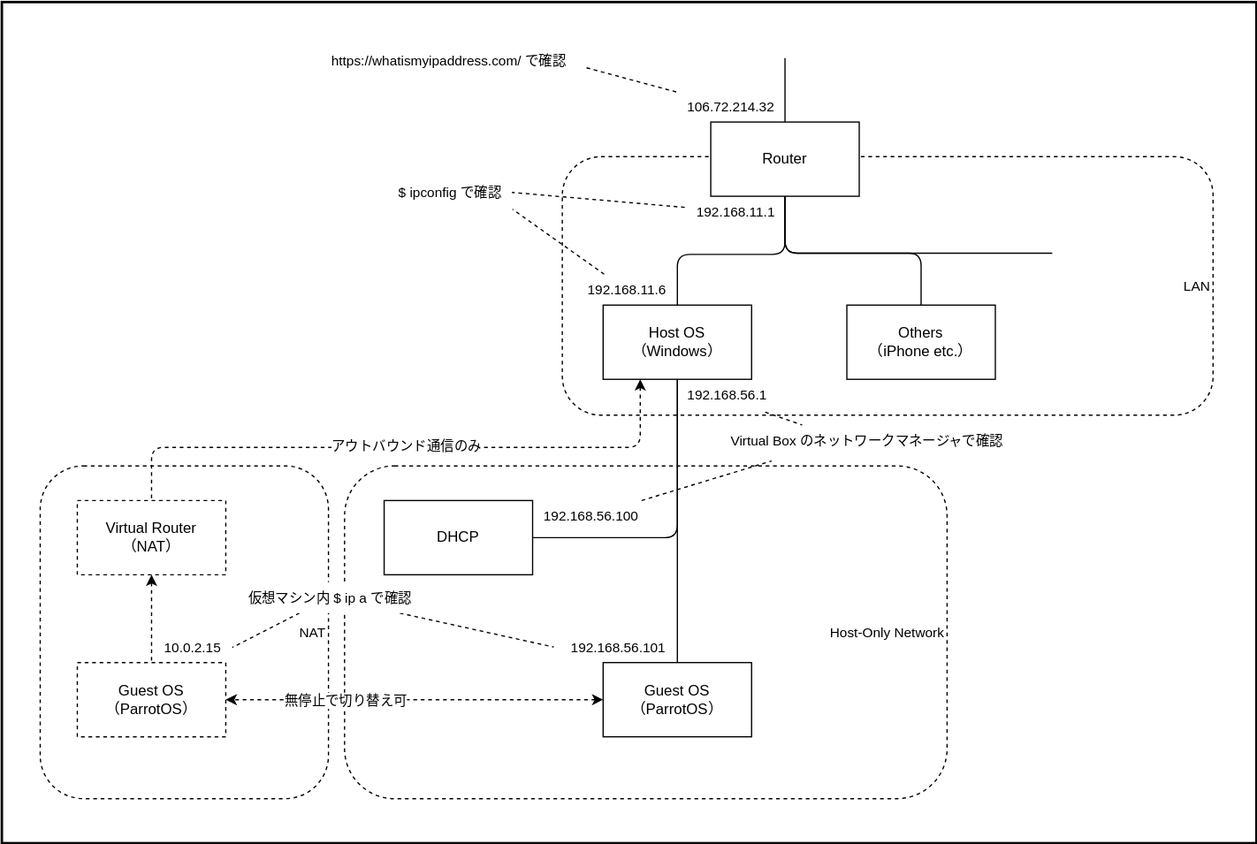
Before: diagrams/network-of-hacking-lab.drawio.svg, a diagram exported from draw.io (SOUSUKEKUROSAWA/drawio). Source tidied: cells renumbered, new cells last; positions are measured from the earlier drawing's top-left corner, leaving out a move shared by most shapes.
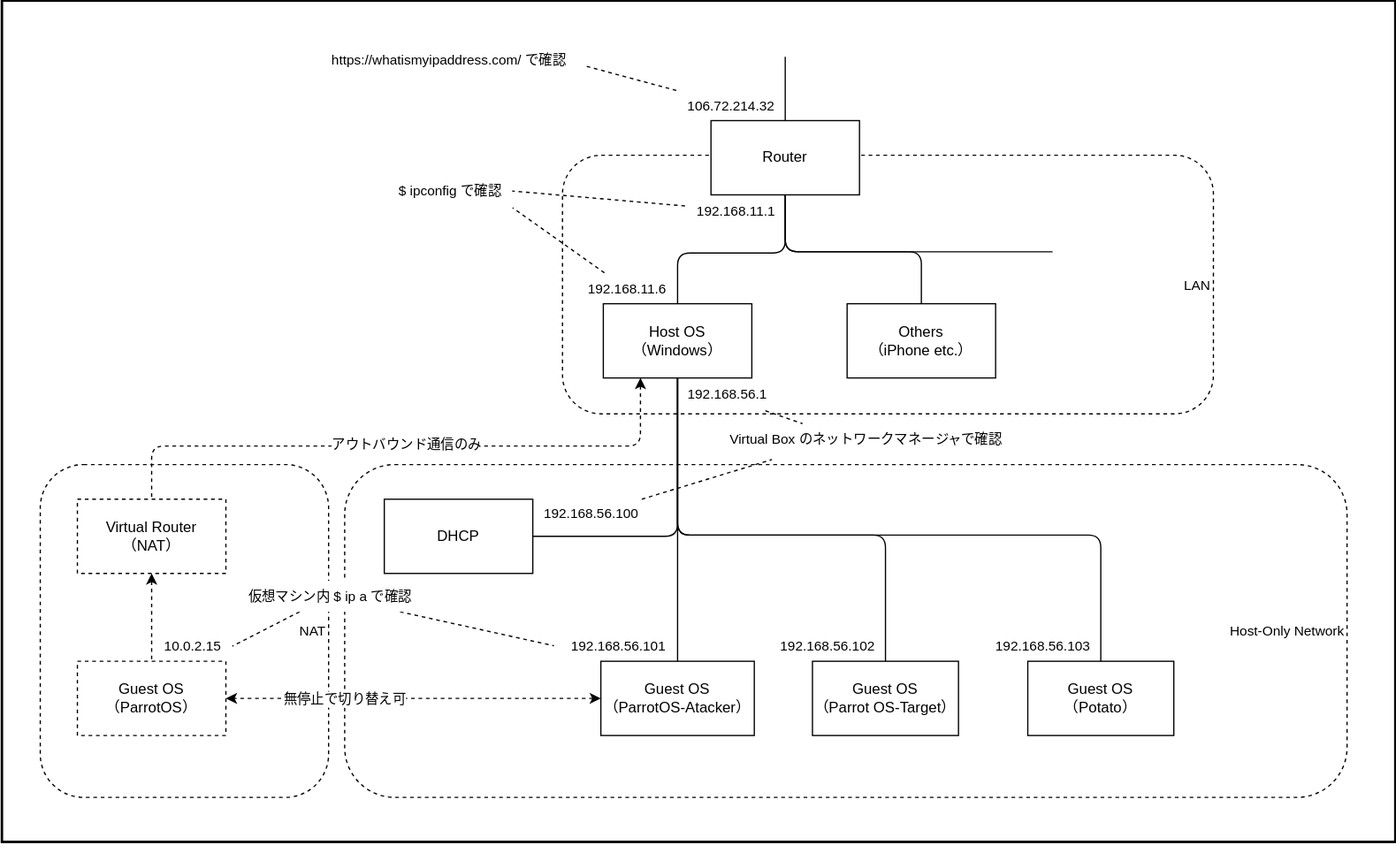
Later version of the same file.

Diff of the diagram source:
```diff
@@ -3,13 +3,13 @@
     <mxCell id="0" />
     <mxCell id="1" parent="0" />
     <mxCell id="2" style="rounded=0;whiteSpace=wrap;html=1;strokeWidth=2;" parent="1" vertex="1">
-      <mxGeometry width="1014" height="680" as="geometry" />
+      <mxGeometry width="1126" height="680" as="geometry" />
     </mxCell>
     <mxCell id="3" value="NAT&amp;nbsp;" style="rounded=1;whiteSpace=wrap;html=1;fontSize=11;fontColor=#000000;fillColor=none;dashed=1;align=right;" parent="1" vertex="1">
       <mxGeometry x="31" y="375" width="233" height="269" as="geometry" />
     </mxCell>
     <mxCell id="4" value="Host-Only Network&amp;nbsp;" style="rounded=1;whiteSpace=wrap;html=1;fontSize=11;fontColor=#000000;fillColor=none;dashed=1;align=right;" parent="1" vertex="1">
-      <mxGeometry x="277" y="375" width="487" height="269" as="geometry" />
+      <mxGeometry x="277" y="375" width="810" height="269" as="geometry" />
     </mxCell>
     <mxCell id="5" value="LAN&amp;nbsp;" style="rounded=1;whiteSpace=wrap;html=1;fontSize=11;fontColor=#000000;fillColor=none;dashed=1;align=right;" parent="1" vertex="1">
       <mxGeometry x="453" y="125" width="526" height="209" as="geometry" />
@@ -75,6 +75,22 @@
         <mxPoint x="14" y="1" as="offset" />
       </mxGeometry>
     </mxCell>
+    <mxCell id="42" style="edgeStyle=none;html=1;entryX=0.5;entryY=0;entryDx=0;entryDy=0;endArrow=none;endFill=0;" parent="1" edge="1" source="17" target="44">
+      <mxGeometry relative="1" as="geometry">
+        <Array as="points">
+          <mxPoint x="546" y="432" />
+          <mxPoint x="714" y="432" />
+        </Array>
+      </mxGeometry>
+    </mxCell>
+    <mxCell id="43" style="edgeStyle=none;html=1;entryX=0.5;entryY=0;entryDx=0;entryDy=0;endArrow=none;endFill=0;" parent="1" edge="1" source="17" target="46">
+      <mxGeometry relative="1" as="geometry">
+        <Array as="points">
+          <mxPoint x="546" y="432" />
+          <mxPoint x="888" y="432" />
+        </Array>
+      </mxGeometry>
+    </mxCell>
     <mxCell id="17" value="Host OS&lt;br&gt;（Windows）" style="rounded=0;whiteSpace=wrap;html=1;" parent="1" vertex="1">
       <mxGeometry x="486" y="245" width="120" height="60" as="geometry" />
     </mxCell>
@@ -116,8 +132,8 @@
         <mxPoint x="-68" y="4" as="offset" />
       </mxGeometry>
     </mxCell>
-    <mxCell id="30" value="Guest OS&lt;br&gt;（ParrotOS）" style="rounded=0;whiteSpace=wrap;html=1;" parent="1" vertex="1">
-      <mxGeometry x="486" y="534" width="120" height="60" as="geometry" />
+    <mxCell id="30" value="Guest OS&lt;br&gt;（ParrotOS-Atacker）" style="rounded=0;whiteSpace=wrap;html=1;" parent="1" vertex="1">
+      <mxGeometry x="484" y="534" width="124" height="60" as="geometry" />
     </mxCell>
     <mxCell id="31" value="https://whatismyipaddress.com/ で確認" style="text;html=1;align=center;verticalAlign=middle;points=[];strokeColor=none;fillColor=none;fontSize=11;fontColor=#000000;" parent="1" vertex="1">
       <mxGeometry x="257" y="35" width="207" height="25" as="geometry" />
@@ -152,5 +168,17 @@
     <mxCell id="41" value="Virtual Router&lt;br&gt;（NAT）" style="rounded=0;whiteSpace=wrap;html=1;dashed=1;" parent="1" vertex="1">
       <mxGeometry x="61" y="403" width="120" height="60" as="geometry" />
     </mxCell>
+    <mxCell id="44" value="Guest OS&lt;br&gt;（Parrot OS-Target）" style="rounded=0;whiteSpace=wrap;html=1;" parent="1" vertex="1">
+      <mxGeometry x="655" y="534" width="118" height="60" as="geometry" />
+    </mxCell>
+    <mxCell id="45" value="192.168.56.102" style="text;html=1;align=center;verticalAlign=middle;strokeColor=none;fillColor=none;fontSize=11;fontColor=#000000;" parent="1" vertex="1">
+      <mxGeometry x="620" y="509" width="94" height="25" as="geometry" />
+    </mxCell>
+    <mxCell id="46" value="Guest OS&lt;br&gt;（Potato）" style="rounded=0;whiteSpace=wrap;html=1;" parent="1" vertex="1">
+      <mxGeometry x="829" y="534" width="118" height="60" as="geometry" />
+    </mxCell>
+    <mxCell id="47" value="192.168.56.103" style="text;html=1;align=center;verticalAlign=middle;strokeColor=none;fillColor=none;fontSize=11;fontColor=#000000;" parent="1" vertex="1">
+      <mxGeometry x="794" y="509" width="94" height="25" as="geometry" />
+    </mxCell>
   </root>
 </mxGraphModel>
```
